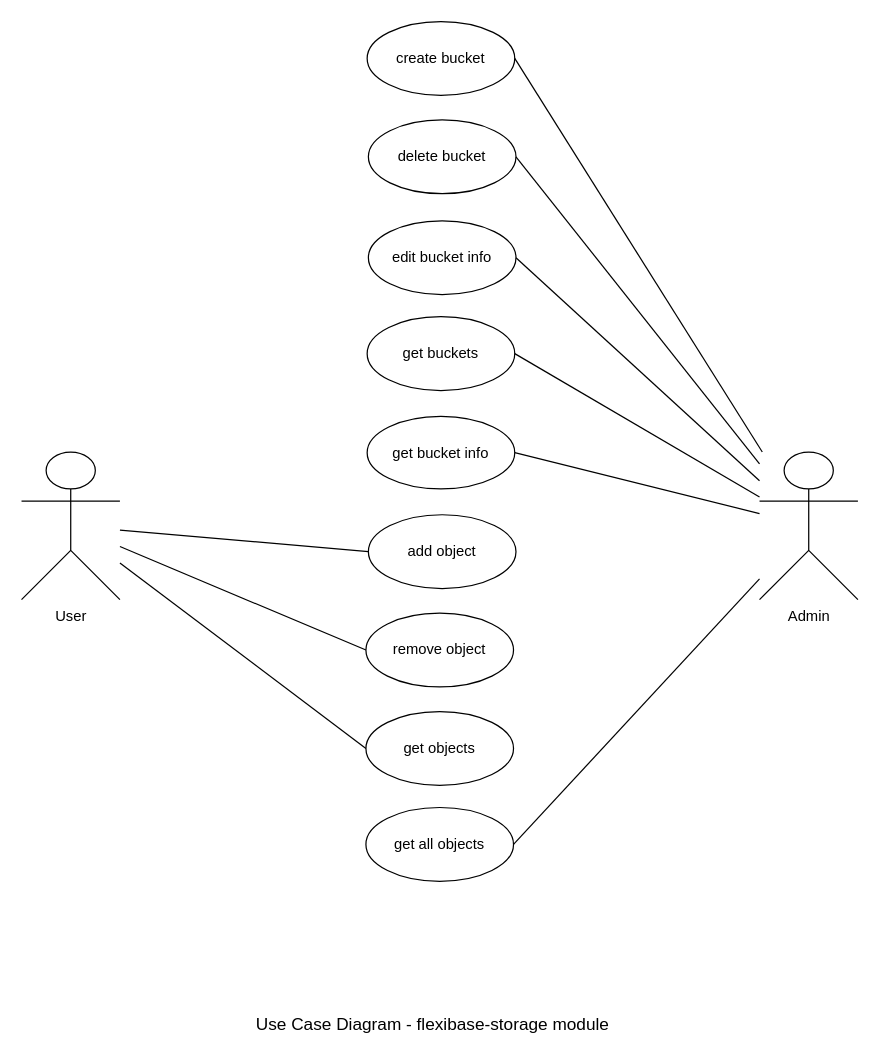
This is use_case_diagram_flexibase_storage.drawio from ModularMinds/flexibase-docs, a draw.io file, before an edit. Source tidied: cells renumbered, new cells numbered last; positions are measured from the earlier drawing's top-left corner, leaving out a move shared by most shapes. Both pictures are drawn from the tidied source at 123%, with x=0, y=0 at pixel (21, 21).
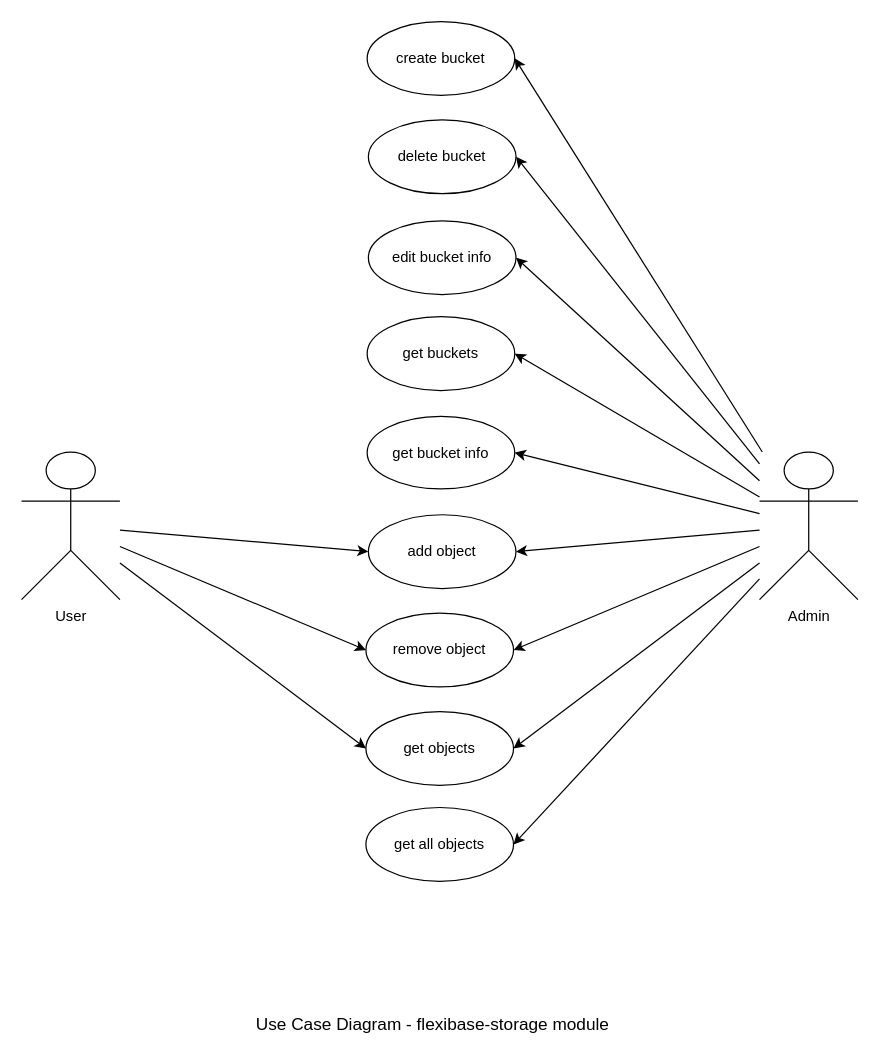
The same diagram, later.

The change refers to these unchanged cells:
```xml
<mxCell id="2" value="User" style="shape=umlActor;verticalLabelPosition=bottom;verticalAlign=top;html=1;outlineConnect=0;" parent="1" vertex="1">
  <mxGeometry y="350" width="80" height="120" as="geometry" />
</mxCell>
<mxCell id="3" value="Admin" style="shape=umlActor;verticalLabelPosition=bottom;verticalAlign=top;html=1;outlineConnect=0;" parent="1" vertex="1">
  <mxGeometry x="600" y="350" width="80" height="120" as="geometry" />
</mxCell>
<mxCell id="4" value="create bucket" style="ellipse;whiteSpace=wrap;html=1;align=center;" parent="1" vertex="1">
  <mxGeometry x="281" width="120" height="60" as="geometry" />
</mxCell>
<mxCell id="5" value="delete bucket" style="ellipse;whiteSpace=wrap;html=1;align=center;" parent="1" vertex="1">
  <mxGeometry x="282" y="80" width="120" height="60" as="geometry" />
</mxCell>
<mxCell id="6" value="edit bucket info" style="ellipse;whiteSpace=wrap;html=1;align=center;" parent="1" vertex="1">
  <mxGeometry x="282" y="162" width="120" height="60" as="geometry" />
</mxCell>
<mxCell id="7" value="add object" style="ellipse;whiteSpace=wrap;html=1;align=center;" parent="1" vertex="1">
  <mxGeometry x="282" y="401" width="120" height="60" as="geometry" />
</mxCell>
<mxCell id="8" value="remove object" style="ellipse;whiteSpace=wrap;html=1;align=center;" parent="1" vertex="1">
  <mxGeometry x="280" y="481" width="120" height="60" as="geometry" />
</mxCell>
<mxCell id="14" value="get objects" style="ellipse;whiteSpace=wrap;html=1;align=center;" parent="1" vertex="1">
  <mxGeometry x="280" y="561" width="120" height="60" as="geometry" />
</mxCell>
<mxCell id="15" value="get all objects" style="ellipse;whiteSpace=wrap;html=1;align=center;" parent="1" vertex="1">
  <mxGeometry x="280" y="639" width="120" height="60" as="geometry" />
</mxCell>
<mxCell id="19" value="get buckets" style="ellipse;whiteSpace=wrap;html=1;align=center;" parent="1" vertex="1">
  <mxGeometry x="281" y="240" width="120" height="60" as="geometry" />
</mxCell>
<mxCell id="20" value="get bucket info" style="ellipse;whiteSpace=wrap;html=1;align=center;" parent="1" vertex="1">
  <mxGeometry x="281" y="321" width="120" height="59" as="geometry" />
</mxCell>
```

What changed in the source:
```diff
@@
-    <mxCell id="9" style="endArrow=none;html=1;rounded=0;entryX=1;entryY=0.5;entryDx=0;entryDy=0;" parent="1" edge="1" source="3" target="4">
-      <mxGeometry relative="1" as="geometry" />
-    </mxCell>
-    <mxCell id="10" style="endArrow=none;html=1;rounded=0;entryX=1;entryY=0.5;entryDx=0;entryDy=0;" parent="1" edge="1" source="3" target="6">
-      <mxGeometry relative="1" as="geometry" />
-    </mxCell>
-    <mxCell id="11" style="endArrow=none;html=1;rounded=0;entryX=0;entryY=0.5;entryDx=0;entryDy=0;" parent="1" edge="1" source="2" target="7">
-      <mxGeometry relative="1" as="geometry" />
-    </mxCell>
-    <mxCell id="12" style="endArrow=none;html=1;rounded=0;entryX=0;entryY=0.5;entryDx=0;entryDy=0;" parent="1" edge="1" source="2" target="8">
-      <mxGeometry relative="1" as="geometry" />
-    </mxCell>
-    <mxCell id="13" style="endArrow=none;html=1;rounded=0;exitX=1;exitY=0.5;exitDx=0;exitDy=0;" parent="1" edge="1" source="5" target="3">
-      <mxGeometry relative="1" as="geometry" />
-    </mxCell>
@@
-    <mxCell id="16" style="endArrow=none;html=1;rounded=0;exitX=0;exitY=0.5;exitDx=0;exitDy=0;" parent="1" edge="1" source="14" target="2">
-      <mxGeometry relative="1" as="geometry" />
-    </mxCell>
-    <mxCell id="17" style="endArrow=none;html=1;rounded=0;exitX=1;exitY=0.5;exitDx=0;exitDy=0;" parent="1" edge="1" source="15" target="3">
-      <mxGeometry relative="1" as="geometry" />
-    </mxCell>
@@
-    <mxCell id="21" style="endArrow=none;html=1;rounded=0;exitX=1;exitY=0.5;exitDx=0;exitDy=0;" parent="1" edge="1" source="20" target="3">
-      <mxGeometry relative="1" as="geometry" />
-    </mxCell>
-    <mxCell id="22" style="endArrow=none;html=1;rounded=0;exitX=1;exitY=0.5;exitDx=0;exitDy=0;" parent="1" edge="1" source="19" target="3">
-      <mxGeometry relative="1" as="geometry" />
-    </mxCell>
+    <mxCell id="11" style="endArrow=classic;html=1;rounded=0;entryX=0;entryY=0.5;entryDx=0;entryDy=0;" parent="1" edge="1" source="2" target="7">
+      <mxGeometry relative="1" as="geometry" />
+    </mxCell>
+    <mxCell id="12" style="endArrow=classic;html=1;rounded=0;entryX=0;entryY=0.5;entryDx=0;entryDy=0;" parent="1" edge="1" source="2" target="8">
+      <mxGeometry relative="1" as="geometry" />
+    </mxCell>
+    <mxCell id="23" style="endArrow=classic;html=1;rounded=0;entryX=0;entryY=0.5;entryDx=0;entryDy=0;" parent="1" edge="1" source="2" target="14">
+      <mxGeometry relative="1" as="geometry" />
+    </mxCell>
+    <mxCell id="9" style="endArrow=classic;html=1;rounded=0;entryX=1;entryY=0.5;entryDx=0;entryDy=0;" parent="1" edge="1" source="3" target="4">
+      <mxGeometry relative="1" as="geometry" />
+    </mxCell>
+    <mxCell id="24" style="endArrow=classic;html=1;rounded=0;entryX=1;entryY=0.5;entryDx=0;entryDy=0;" parent="1" edge="1" source="3" target="5">
+      <mxGeometry relative="1" as="geometry" />
+    </mxCell>
+    <mxCell id="10" style="endArrow=classic;html=1;rounded=0;entryX=1;entryY=0.5;entryDx=0;entryDy=0;" parent="1" edge="1" source="3" target="6">
+      <mxGeometry relative="1" as="geometry" />
+    </mxCell>
+    <mxCell id="25" style="endArrow=classic;html=1;rounded=0;entryX=1;entryY=0.5;entryDx=0;entryDy=0;" parent="1" edge="1" source="3" target="19">
+      <mxGeometry relative="1" as="geometry" />
+    </mxCell>
+    <mxCell id="26" style="endArrow=classic;html=1;rounded=0;entryX=1;entryY=0.5;entryDx=0;entryDy=0;" parent="1" edge="1" source="3" target="20">
+      <mxGeometry relative="1" as="geometry" />
+    </mxCell>
+    <mxCell id="27" style="endArrow=classic;html=1;rounded=0;entryX=1;entryY=0.5;entryDx=0;entryDy=0;" parent="1" edge="1" source="3" target="7">
+      <mxGeometry relative="1" as="geometry" />
+    </mxCell>
+    <mxCell id="28" style="endArrow=classic;html=1;rounded=0;entryX=1;entryY=0.5;entryDx=0;entryDy=0;" parent="1" edge="1" source="3" target="8">
+      <mxGeometry relative="1" as="geometry" />
+    </mxCell>
+    <mxCell id="29" style="endArrow=classic;html=1;rounded=0;entryX=1;entryY=0.5;entryDx=0;entryDy=0;" parent="1" edge="1" source="3" target="14">
+      <mxGeometry relative="1" as="geometry" />
+    </mxCell>
+    <mxCell id="30" style="endArrow=classic;html=1;rounded=0;entryX=1;entryY=0.5;entryDx=0;entryDy=0;" parent="1" edge="1" source="3" target="15">
+      <mxGeometry relative="1" as="geometry" />
+    </mxCell>
```
